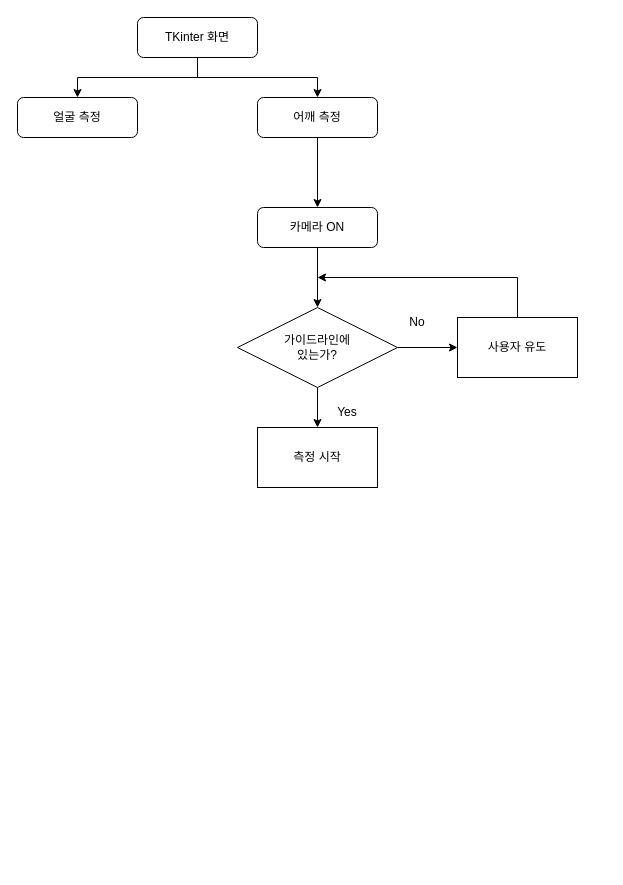
This is 순서도.drawio from nahyun574/Capstone, a draw.io file, before an edit. Source tidied: cells renumbered, new cells numbered last; positions are measured from the earlier drawing's top-left corner, leaving out a move shared by most shapes. Both pictures are drawn from the tidied source at 100%, with x=0, y=0 at pixel (17, 17).
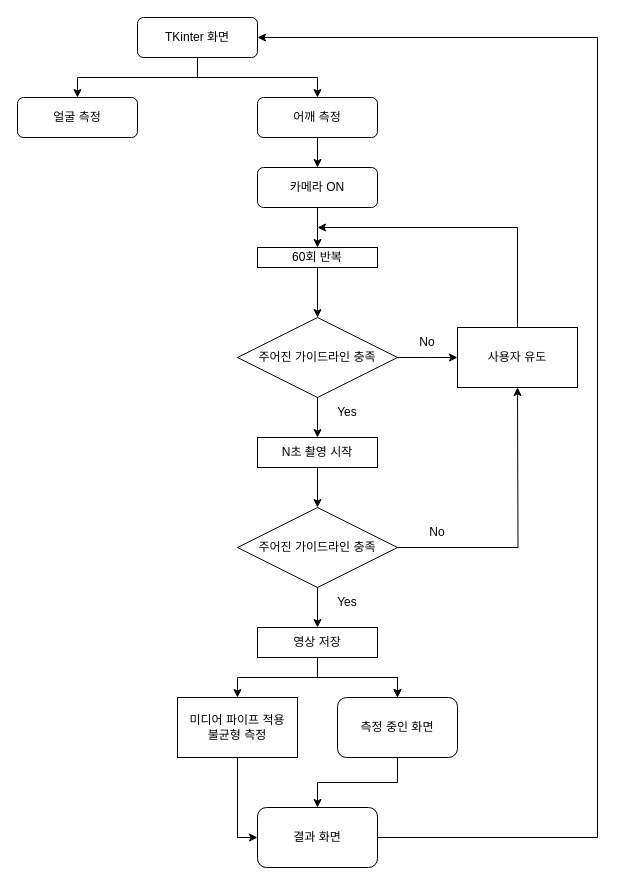
The same diagram, later.

Commit message (it also covers changes not shown here):
순서도.drawio 업데이트

The change refers to these unchanged cells:
```xml
<mxCell id="4" value="TKinter 화면" style="rounded=1;whiteSpace=wrap;html=1;fontSize=12;glass=0;strokeWidth=1;shadow=0;" parent="1" vertex="1">
  <mxGeometry x="120" width="120" height="40" as="geometry" />
</mxCell>
```

Change to the diagram source:
```diff
@@
-    <mxCell id="8" style="edgeStyle=orthogonalEdgeStyle;rounded=0;jettySize=auto;html=1;" parent="1" edge="1" source="9" target="12">
-      <mxGeometry relative="1" as="geometry" />
+    <mxCell id="8" style="edgeStyle=orthogonalEdgeStyle;rounded=0;jettySize=auto;html=1;" parent="1" edge="1" source="9">
+      <mxGeometry relative="1" as="geometry">
+        <mxPoint x="300" y="230" as="targetPoint" />
+      </mxGeometry>
     </mxCell>
     <mxCell id="9" value="카메라 ON" style="rounded=1;whiteSpace=wrap;html=1;fontSize=12;glass=0;strokeWidth=1;shadow=0;" parent="1" vertex="1">
-      <mxGeometry x="240" y="190" width="120" height="40" as="geometry" />
+      <mxGeometry x="240" y="150" width="120" height="40" as="geometry" />
     </mxCell>
-    <mxCell id="10" style="edgeStyle=orthogonalEdgeStyle;rounded=0;jettySize=auto;html=1;" parent="1" edge="1" source="12" target="13">
-      <mxGeometry relative="1" as="geometry" />
-    </mxCell>
-    <mxCell id="11" style="edgeStyle=orthogonalEdgeStyle;rounded=0;jettySize=auto;html=1;" parent="1" edge="1" source="12" target="17">
-      <mxGeometry relative="1" as="geometry" />
+    <mxCell id="11" style="edgeStyle=orthogonalEdgeStyle;rounded=0;jettySize=auto;html=1;" parent="1" edge="1" source="12">
+      <mxGeometry relative="1" as="geometry">
+        <mxPoint x="440" y="340" as="targetPoint" />
+      </mxGeometry>
     </mxCell>
+    <mxCell id="18" style="edgeStyle=orthogonalEdgeStyle;rounded=0;jettySize=auto;html=1;" parent="1" edge="1" source="12" target="22">
+      <mxGeometry relative="1" as="geometry" />
+    </mxCell>
-    <mxCell id="12" value="가이드라인에&lt;br&gt;있는가?" style="rhombus;whiteSpace=wrap;html=1;" parent="1" vertex="1">
-      <mxGeometry x="220" y="290" width="160" height="80" as="geometry" />
+    <mxCell id="12" value="주어진 가이드라인 충족" style="rhombus;whiteSpace=wrap;html=1;" parent="1" vertex="1">
+      <mxGeometry x="220" y="300" width="160" height="80" as="geometry" />
     </mxCell>
+    <mxCell id="19" style="edgeStyle=orthogonalEdgeStyle;rounded=0;jettySize=auto;html=1;" parent="1" edge="1" source="13" target="12">
+      <mxGeometry relative="1" as="geometry" />
+    </mxCell>
-    <mxCell id="13" value="측정 시작" style="whiteSpace=wrap;html=1;" parent="1" vertex="1">
-      <mxGeometry x="240" y="410" width="120" height="60" as="geometry" />
+    <mxCell id="13" value="60회 반복" style="whiteSpace=wrap;html=1;" parent="1" vertex="1">
+      <mxGeometry x="240" y="230" width="120" height="20" as="geometry" />
     </mxCell>
     <mxCell id="14" value="No" style="text;strokeColor=none;align=center;fillColor=none;html=1;verticalAlign=middle;whiteSpace=wrap;rounded=0;" parent="1" vertex="1">
-      <mxGeometry x="370" y="290" width="60" height="30" as="geometry" />
+      <mxGeometry x="380" y="310" width="60" height="30" as="geometry" />
     </mxCell>
@@
-    <mxCell id="16" style="edgeStyle=orthogonalEdgeStyle;rounded=0;jettySize=auto;html=1;" parent="1" edge="1" source="17">
-      <mxGeometry relative="1" as="geometry">
-        <mxPoint x="300" y="260" as="targetPoint" />
-        <Array as="points">
-          <mxPoint x="500" y="260" />
-        </Array>
-      </mxGeometry>
-    </mxCell>
+    <mxCell id="20" style="edgeStyle=orthogonalEdgeStyle;rounded=0;orthogonalLoop=1;jettySize=auto;html=1;" parent="1" edge="1">
+      <mxGeometry relative="1" as="geometry">
+        <mxPoint x="500" y="310" as="sourcePoint" />
+        <mxPoint x="300" y="210" as="targetPoint" />
+        <Array as="points">
+          <mxPoint x="500" y="210" />
+          <mxPoint x="300" y="210" />
+        </Array>
+      </mxGeometry>
+    </mxCell>
     <mxCell id="17" value="사용자 유도" style="whiteSpace=wrap;html=1;" parent="1" vertex="1">
-      <mxGeometry x="440" y="300" width="120" height="60" as="geometry" />
+      <mxGeometry x="440" y="310" width="120" height="60" as="geometry" />
     </mxCell>
+    <mxCell id="21" style="edgeStyle=orthogonalEdgeStyle;rounded=0;jettySize=auto;html=1;entryX=0.5;entryY=0;entryDx=0;entryDy=0;" parent="1" edge="1" source="22" target="25">
+      <mxGeometry relative="1" as="geometry" />
+    </mxCell>
+    <mxCell id="22" value="N초 촬영 시작" style="whiteSpace=wrap;html=1;" parent="1" vertex="1">
+      <mxGeometry x="240" y="420" width="120" height="30" as="geometry" />
+    </mxCell>
+    <mxCell id="23" style="edgeStyle=orthogonalEdgeStyle;rounded=0;jettySize=auto;html=1;entryX=0.5;entryY=1;entryDx=0;entryDy=0;" parent="1" edge="1" source="25">
+      <mxGeometry relative="1" as="geometry">
+        <mxPoint x="500" y="370" as="targetPoint" />
+      </mxGeometry>
+    </mxCell>
+    <mxCell id="24" style="edgeStyle=orthogonalEdgeStyle;rounded=0;jettySize=auto;html=1;" parent="1" edge="1" source="25" target="29">
+      <mxGeometry relative="1" as="geometry" />
+    </mxCell>
+    <mxCell id="25" value="주어진 가이드라인 충족" style="rhombus;whiteSpace=wrap;html=1;" parent="1" vertex="1">
+      <mxGeometry x="220" y="490" width="160" height="80" as="geometry" />
+    </mxCell>
+    <mxCell id="26" style="edgeStyle=orthogonalEdgeStyle;rounded=0;jettySize=auto;html=1;" parent="1" edge="1" source="29" target="31">
+      <mxGeometry relative="1" as="geometry" />
+    </mxCell>
+    <mxCell id="27" style="edgeStyle=orthogonalEdgeStyle;rounded=0;jettySize=auto;html=1;" parent="1" edge="1" source="29" target="31">
+      <mxGeometry relative="1" as="geometry" />
+    </mxCell>
+    <mxCell id="28" style="edgeStyle=orthogonalEdgeStyle;rounded=0;jettySize=auto;html=1;entryX=0.5;entryY=0;entryDx=0;entryDy=0;" parent="1" edge="1" source="29" target="35">
+      <mxGeometry relative="1" as="geometry" />
+    </mxCell>
+    <mxCell id="29" value="영상 저장" style="whiteSpace=wrap;html=1;" parent="1" vertex="1">
+      <mxGeometry x="240" y="610" width="120" height="30" as="geometry" />
+    </mxCell>
+    <mxCell id="30" style="edgeStyle=orthogonalEdgeStyle;rounded=0;jettySize=auto;html=1;entryX=0.5;entryY=0;entryDx=0;entryDy=0;" parent="1" edge="1" source="31" target="37">
+      <mxGeometry relative="1" as="geometry" />
+    </mxCell>
+    <mxCell id="31" value="측정 중인 화면" style="rounded=1;whiteSpace=wrap;html=1;" parent="1" vertex="1">
+      <mxGeometry x="320" y="680" width="120" height="60" as="geometry" />
+    </mxCell>
+    <mxCell id="32" value="No" style="text;strokeColor=none;align=center;fillColor=none;html=1;verticalAlign=middle;whiteSpace=wrap;rounded=0;" parent="1" vertex="1">
+      <mxGeometry x="390" y="500" width="60" height="30" as="geometry" />
+    </mxCell>
+    <mxCell id="33" value="Yes" style="text;strokeColor=none;align=center;fillColor=none;html=1;verticalAlign=middle;whiteSpace=wrap;rounded=0;" parent="1" vertex="1">
+      <mxGeometry x="300" y="570" width="60" height="30" as="geometry" />
+    </mxCell>
+    <mxCell id="34" style="edgeStyle=orthogonalEdgeStyle;rounded=0;jettySize=auto;html=1;entryX=0;entryY=0.5;entryDx=0;entryDy=0;" parent="1" edge="1" source="35" target="37">
+      <mxGeometry relative="1" as="geometry">
+        <Array as="points">
+          <mxPoint x="220" y="820" />
+        </Array>
+      </mxGeometry>
+    </mxCell>
+    <mxCell id="35" value="미디어 파이프 적용&lt;br&gt;불균형 측정" style="rounded=0;whiteSpace=wrap;html=1;" parent="1" vertex="1">
+      <mxGeometry x="160" y="680" width="120" height="60" as="geometry" />
+    </mxCell>
+    <mxCell id="36" style="edgeStyle=orthogonalEdgeStyle;rounded=0;jettySize=auto;html=1;entryX=1;entryY=0.5;entryDx=0;entryDy=0;exitX=0.958;exitY=0.5;exitDx=0;exitDy=0;exitPerimeter=0;" parent="1" edge="1" source="37" target="4">
+      <mxGeometry relative="1" as="geometry">
+        <Array as="points">
+          <mxPoint x="580" y="820" />
+          <mxPoint x="580" y="20" />
+        </Array>
+      </mxGeometry>
+    </mxCell>
+    <mxCell id="37" value="결과 화면" style="rounded=1;whiteSpace=wrap;html=1;" parent="1" vertex="1">
+      <mxGeometry x="240" y="790" width="120" height="60" as="geometry" />
+    </mxCell>
```
